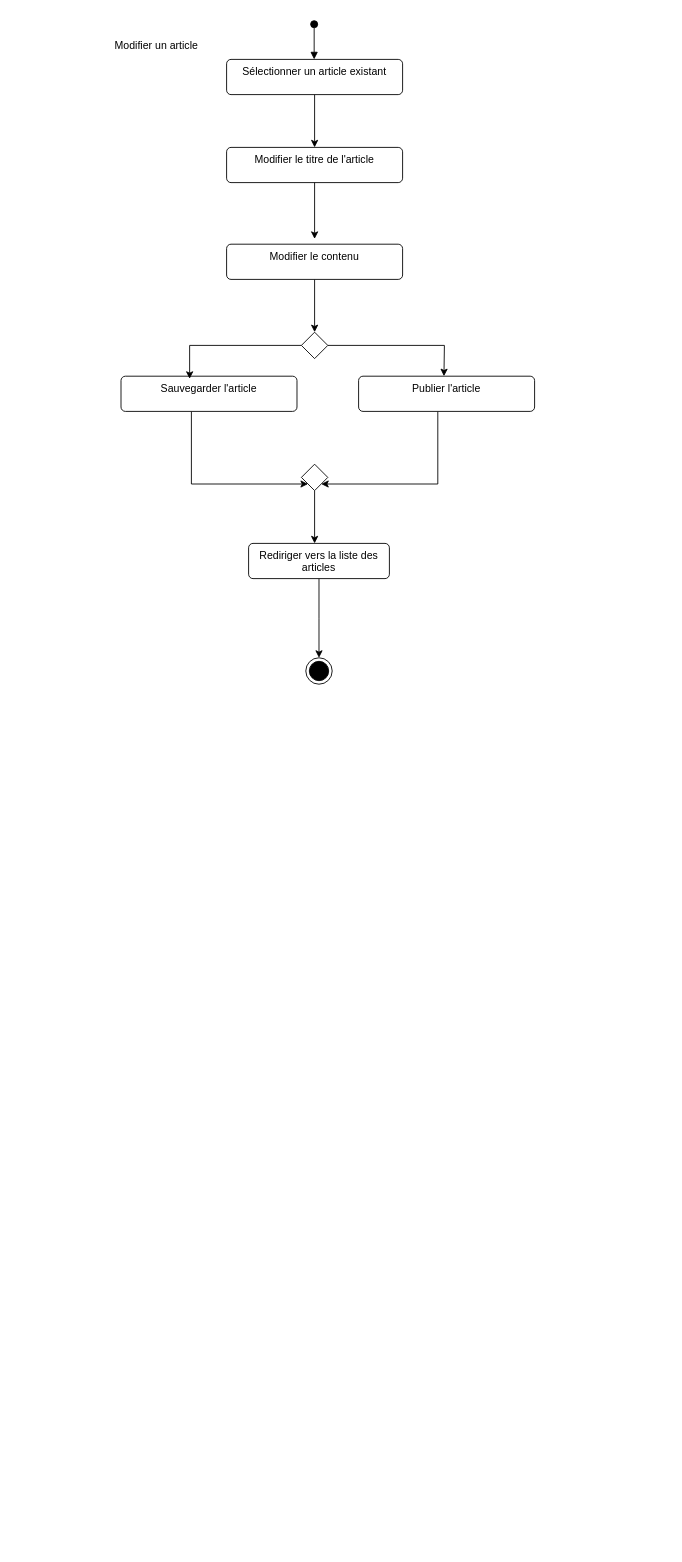
Before: page "Page-11" (11 of 12) of Diagramme sans nom.drawio in Ali0908/BDD_UML, a draw.io diagram. Source tidied: cells renumbered, new cells numbered last; positions are measured from the earlier drawing's top-left corner, leaving out a move shared by most shapes. Both pictures are drawn from the tidied source at 88%, with x=0, y=0 at pixel (103, 24).
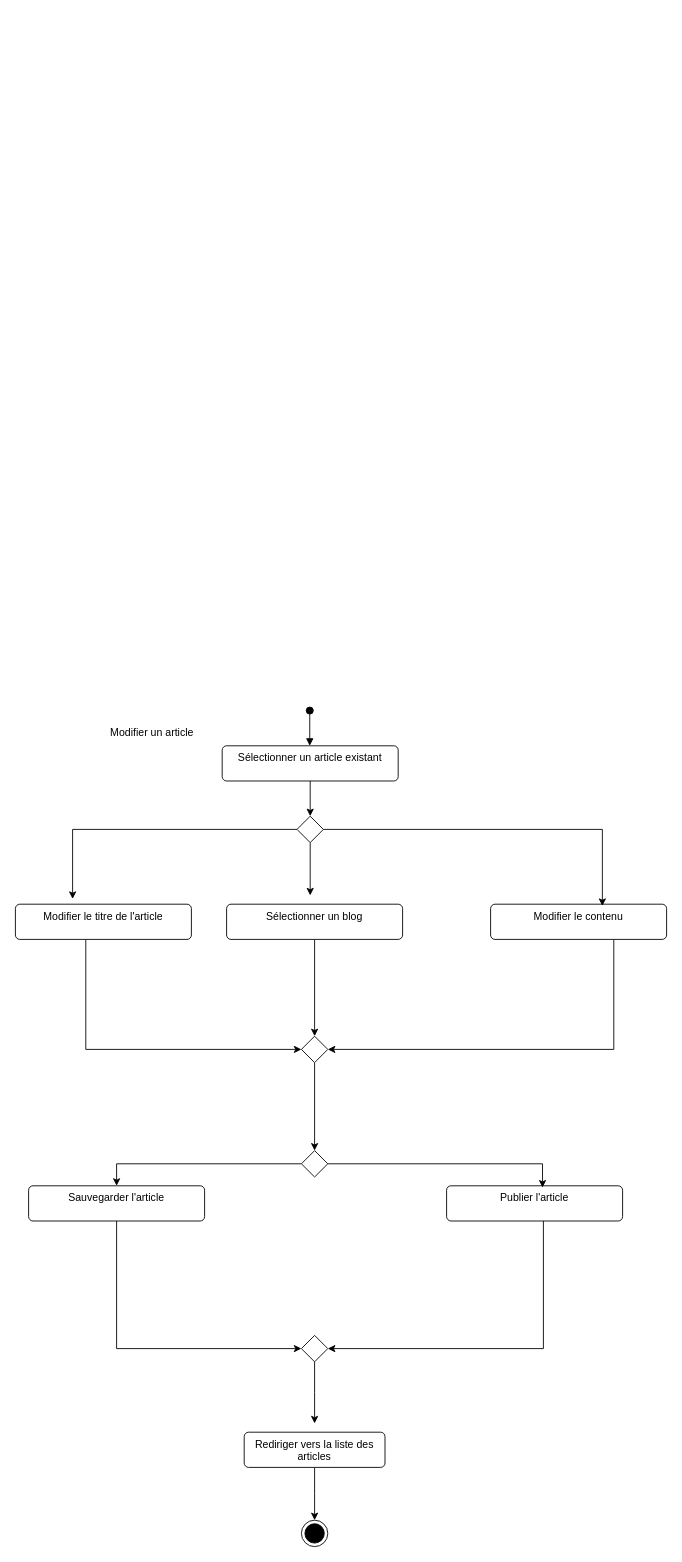
After the change.

Change to the diagram source:
```diff
@@
     <mxCell id="2" value="Modifier un article" style="text;html=1;align=center;verticalAlign=middle;strokeColor=none;fillColor=none;" parent="1" vertex="1">
-      <mxGeometry y="10" width="120" height="30" as="geometry" />
+      <mxGeometry x="-5" y="790" width="120" height="30" as="geometry" />
     </mxCell>
-    <mxCell id="3" style="edgeStyle=orthogonalEdgeStyle;rounded=0;jettySize=auto;html=1;exitX=0.5;exitY=1;exitDx=0;exitDy=0;" parent="1" edge="1" source="4" target="5">
-      <mxGeometry relative="1" as="geometry" />
-    </mxCell>
+    <mxCell id="22" style="edgeStyle=orthogonalEdgeStyle;rounded=0;jettySize=auto;html=1;exitX=0.5;exitY=1;exitDx=0;exitDy=0;entryX=0.5;entryY=0;entryDx=0;entryDy=0;" parent="1" edge="1" source="4" target="36">
+      <mxGeometry relative="1" as="geometry" />
+    </mxCell>
     <mxCell id="4" value="Sélectionner un article existant" style="html=1;align=center;verticalAlign=top;rounded=1;absoluteArcSize=1;arcSize=10;dashed=0;whiteSpace=wrap;" parent="1" vertex="1">
-      <mxGeometry x="140" y="40" width="200" height="40" as="geometry" />
+      <mxGeometry x="135" y="820" width="200" height="40" as="geometry" />
     </mxCell>
+    <mxCell id="23" style="edgeStyle=orthogonalEdgeStyle;rounded=0;jettySize=auto;html=1;entryX=0;entryY=0.5;entryDx=0;entryDy=0;" parent="1" edge="1" source="5" target="41">
+      <mxGeometry relative="1" as="geometry">
+        <Array as="points">
+          <mxPoint x="-20" y="1165" />
+        </Array>
+      </mxGeometry>
+    </mxCell>
     <mxCell id="5" value="Modifier le titre de l'article" style="html=1;align=center;verticalAlign=top;rounded=1;absoluteArcSize=1;arcSize=10;dashed=0;whiteSpace=wrap;" parent="1" vertex="1">
-      <mxGeometry x="140" y="140" width="200" height="40" as="geometry" />
+      <mxGeometry x="-100" y="1000" width="200" height="40" as="geometry" />
     </mxCell>
-    <mxCell id="6" style="edgeStyle=orthogonalEdgeStyle;rounded=0;jettySize=auto;html=1;entryX=0.5;entryY=0;entryDx=0;entryDy=0;" parent="1" edge="1" source="7" target="17">
-      <mxGeometry relative="1" as="geometry" />
-    </mxCell>
+    <mxCell id="24" style="edgeStyle=orthogonalEdgeStyle;rounded=0;jettySize=auto;html=1;entryX=1;entryY=0.5;entryDx=0;entryDy=0;" parent="1" edge="1" source="7" target="41">
+      <mxGeometry relative="1" as="geometry">
+        <Array as="points">
+          <mxPoint x="580" y="1165" />
+        </Array>
+      </mxGeometry>
+    </mxCell>
     <mxCell id="7" value="Modifier le contenu" style="html=1;align=center;verticalAlign=top;rounded=1;absoluteArcSize=1;arcSize=10;dashed=0;whiteSpace=wrap;" parent="1" vertex="1">
-      <mxGeometry x="140" y="250" width="200" height="40" as="geometry" />
+      <mxGeometry x="440" y="1000" width="200" height="40" as="geometry" />
     </mxCell>
-    <mxCell id="8" style="edgeStyle=orthogonalEdgeStyle;rounded=0;jettySize=auto;html=1;exitX=0.5;exitY=1;exitDx=0;exitDy=0;entryX=0.5;entryY=-0.15;entryDx=0;entryDy=0;entryPerimeter=0;" parent="1" edge="1" source="5" target="7">
-      <mxGeometry relative="1" as="geometry" />
-    </mxCell>
-    <mxCell id="9" style="edgeStyle=orthogonalEdgeStyle;rounded=0;jettySize=auto;html=1;entryX=0;entryY=1;entryDx=0;entryDy=0;" parent="1" edge="1" source="10" target="21">
-      <mxGeometry relative="1" as="geometry">
-        <Array as="points">
-          <mxPoint x="100" y="523" />
-        </Array>
-      </mxGeometry>
-    </mxCell>
+    <mxCell id="25" style="edgeStyle=orthogonalEdgeStyle;rounded=0;jettySize=auto;html=1;exitX=0.5;exitY=1;exitDx=0;exitDy=0;entryX=0;entryY=0.5;entryDx=0;entryDy=0;" parent="1" edge="1" source="10" target="32">
+      <mxGeometry relative="1" as="geometry" />
+    </mxCell>
     <mxCell id="10" value="Sauvegarder l'article" style="html=1;align=center;verticalAlign=top;rounded=1;absoluteArcSize=1;arcSize=10;dashed=0;whiteSpace=wrap;" parent="1" vertex="1">
-      <mxGeometry x="20" y="400" width="200" height="40" as="geometry" />
+      <mxGeometry x="-85" y="1320" width="200" height="40" as="geometry" />
     </mxCell>
-    <mxCell id="11" style="edgeStyle=orthogonalEdgeStyle;rounded=0;jettySize=auto;html=1;entryX=1;entryY=1;entryDx=0;entryDy=0;" parent="1" edge="1" source="12" target="21">
-      <mxGeometry relative="1" as="geometry">
-        <Array as="points">
-          <mxPoint x="380" y="523" />
-        </Array>
-      </mxGeometry>
-    </mxCell>
+    <mxCell id="26" style="edgeStyle=orthogonalEdgeStyle;rounded=0;jettySize=auto;html=1;entryX=1;entryY=0.5;entryDx=0;entryDy=0;" parent="1" edge="1" source="12" target="32">
+      <mxGeometry relative="1" as="geometry">
+        <Array as="points">
+          <mxPoint x="500" y="1505" />
+        </Array>
+      </mxGeometry>
+    </mxCell>
     <mxCell id="12" value="Publier l'article" style="html=1;align=center;verticalAlign=top;rounded=1;absoluteArcSize=1;arcSize=10;dashed=0;whiteSpace=wrap;" parent="1" vertex="1">
-      <mxGeometry x="290" y="400" width="200" height="40" as="geometry" />
+      <mxGeometry x="390" y="1320" width="200" height="40" as="geometry" />
     </mxCell>
-    <mxCell id="13" style="ellipse;html=1;shape=endState;fillColor=strokeColor;" parent="1" vertex="1">
-      <mxGeometry x="230" y="720" width="30" height="30" as="geometry" />
-    </mxCell>
-    <mxCell id="14" style="edgeStyle=orthogonalEdgeStyle;rounded=0;jettySize=auto;html=1;" parent="1" edge="1" source="15">
-      <mxGeometry relative="1" as="geometry">
-        <mxPoint x="245" y="720" as="targetPoint" />
-      </mxGeometry>
-    </mxCell>
+    <mxCell id="27" style="edgeStyle=orthogonalEdgeStyle;rounded=0;jettySize=auto;html=1;exitX=0.5;exitY=1;exitDx=0;exitDy=0;" parent="1" edge="1" source="15">
+      <mxGeometry relative="1" as="geometry">
+        <mxPoint x="240" y="1700" as="targetPoint" />
+      </mxGeometry>
+    </mxCell>
     <mxCell id="15" value="Rediriger vers la liste des articles" style="html=1;align=center;verticalAlign=top;rounded=1;absoluteArcSize=1;arcSize=10;dashed=0;whiteSpace=wrap;" parent="1" vertex="1">
-      <mxGeometry x="165" y="590" width="160" height="40" as="geometry" />
+      <mxGeometry x="160" y="1600" width="160" height="40" as="geometry" />
     </mxCell>
-    <mxCell id="16" style="html=1;verticalAlign=bottom;startArrow=oval;startFill=1;endArrow=block;startSize=8;curved=0;rounded=0;entryX=0.5;entryY=0;entryDx=0;entryDy=0;" parent="1" edge="1">
-      <mxGeometry relative="1" as="geometry">
-        <mxPoint x="239.5" as="sourcePoint" />
-        <mxPoint x="239.5" y="40" as="targetPoint" />
-      </mxGeometry>
-    </mxCell>
-    <mxCell id="17" style="rhombus;" parent="1" vertex="1">
-      <mxGeometry x="225" y="350" width="30" height="30" as="geometry" />
-    </mxCell>
-    <mxCell id="18" style="edgeStyle=orthogonalEdgeStyle;rounded=0;jettySize=auto;html=1;entryX=0.39;entryY=0.075;entryDx=0;entryDy=0;entryPerimeter=0;" parent="1" edge="1" source="17" target="10">
-      <mxGeometry relative="1" as="geometry" />
-    </mxCell>
-    <mxCell id="19" style="edgeStyle=orthogonalEdgeStyle;rounded=0;jettySize=auto;html=1;" parent="1" edge="1" source="17">
-      <mxGeometry relative="1" as="geometry">
-        <mxPoint x="387" y="400" as="targetPoint" />
-      </mxGeometry>
-    </mxCell>
-    <mxCell id="20" style="edgeStyle=orthogonalEdgeStyle;rounded=0;jettySize=auto;html=1;" parent="1" edge="1" source="21">
-      <mxGeometry relative="1" as="geometry">
-        <mxPoint x="240" y="590" as="targetPoint" />
-      </mxGeometry>
-    </mxCell>
-    <mxCell id="21" style="rhombus;" parent="1" vertex="1">
-      <mxGeometry x="225" y="500" width="30" height="30" as="geometry" />
-    </mxCell>
+    <mxCell id="28" style="html=1;verticalAlign=bottom;startArrow=oval;startFill=1;endArrow=block;startSize=8;curved=0;rounded=0;entryX=0.5;entryY=0;entryDx=0;entryDy=0;" parent="1" edge="1">
+      <mxGeometry relative="1" as="geometry">
+        <mxPoint x="234.5" y="780" as="sourcePoint" />
+        <mxPoint x="234.5" y="820" as="targetPoint" />
+      </mxGeometry>
+    </mxCell>
+    <mxCell id="29" style="edgeStyle=orthogonalEdgeStyle;rounded=0;jettySize=auto;html=1;entryX=0.5;entryY=0;entryDx=0;entryDy=0;" parent="1" edge="1" source="30" target="10">
+      <mxGeometry relative="1" as="geometry" />
+    </mxCell>
+    <mxCell id="30" style="rhombus;" parent="1" vertex="1">
+      <mxGeometry x="225" y="1280" width="30" height="30" as="geometry" />
+    </mxCell>
+    <mxCell id="31" style="edgeStyle=orthogonalEdgeStyle;rounded=0;jettySize=auto;html=1;exitX=0.5;exitY=1;exitDx=0;exitDy=0;" parent="1" edge="1" source="32">
+      <mxGeometry relative="1" as="geometry">
+        <mxPoint x="240" y="1590" as="targetPoint" />
+      </mxGeometry>
+    </mxCell>
+    <mxCell id="32" style="rhombus;" parent="1" vertex="1">
+      <mxGeometry x="225" y="1490" width="30" height="30" as="geometry" />
+    </mxCell>
+    <mxCell id="33" style="edgeStyle=orthogonalEdgeStyle;rounded=0;jettySize=auto;html=1;entryX=0.5;entryY=0;entryDx=0;entryDy=0;entryPerimeter=0;" parent="1" edge="1" source="34" target="41">
+      <mxGeometry relative="1" as="geometry" />
+    </mxCell>
+    <mxCell id="34" value="Sélectionner un blog" style="html=1;align=center;verticalAlign=top;rounded=1;absoluteArcSize=1;arcSize=10;dashed=0;whiteSpace=wrap;" parent="1" vertex="1">
+      <mxGeometry x="140" y="1000" width="200" height="40" as="geometry" />
+    </mxCell>
+    <mxCell id="35" style="edgeStyle=orthogonalEdgeStyle;rounded=0;jettySize=auto;html=1;exitX=0.5;exitY=1;exitDx=0;exitDy=0;" parent="1" edge="1" source="36">
+      <mxGeometry relative="1" as="geometry">
+        <mxPoint x="235" y="990" as="targetPoint" />
+      </mxGeometry>
+    </mxCell>
+    <mxCell id="36" style="rhombus;" parent="1" vertex="1">
+      <mxGeometry x="220" y="900" width="30" height="30" as="geometry" />
+    </mxCell>
+    <mxCell id="37" style="edgeStyle=orthogonalEdgeStyle;rounded=0;jettySize=auto;html=1;exitX=0;exitY=0.5;exitDx=0;exitDy=0;entryX=0.325;entryY=-0.15;entryDx=0;entryDy=0;entryPerimeter=0;" parent="1" edge="1" source="36" target="5">
+      <mxGeometry relative="1" as="geometry" />
+    </mxCell>
+    <mxCell id="38" style="edgeStyle=orthogonalEdgeStyle;rounded=0;jettySize=auto;html=1;exitX=1;exitY=0.5;exitDx=0;exitDy=0;entryX=0.635;entryY=0.05;entryDx=0;entryDy=0;entryPerimeter=0;" parent="1" edge="1" source="36" target="7">
+      <mxGeometry relative="1" as="geometry" />
+    </mxCell>
+    <mxCell id="39" style="ellipse;html=1;shape=endState;fillColor=strokeColor;" parent="1" vertex="1">
+      <mxGeometry x="225" y="1700" width="30" height="30" as="geometry" />
+    </mxCell>
+    <mxCell id="40" style="edgeStyle=orthogonalEdgeStyle;rounded=0;jettySize=auto;html=1;" parent="1" edge="1" source="41" target="30">
+      <mxGeometry relative="1" as="geometry" />
+    </mxCell>
+    <mxCell id="41" style="rhombus;" parent="1" vertex="1">
+      <mxGeometry x="225" y="1150" width="30" height="30" as="geometry" />
+    </mxCell>
+    <mxCell id="42" style="edgeStyle=orthogonalEdgeStyle;rounded=0;jettySize=auto;html=1;exitX=1;exitY=0.5;exitDx=0;exitDy=0;entryX=0.545;entryY=0.05;entryDx=0;entryDy=0;entryPerimeter=0;" parent="1" edge="1" source="30" target="12">
+      <mxGeometry relative="1" as="geometry" />
+    </mxCell>
```
